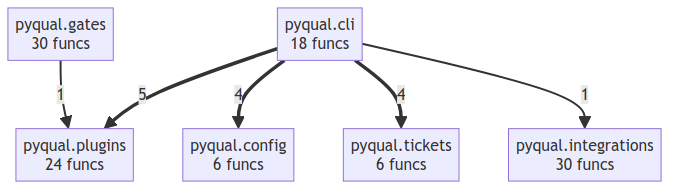
The Mermaid diagram project/compact_flow.png in semcod/pyqual, before a commit. Its source is kept beside it as project/compact_flow.mmd.
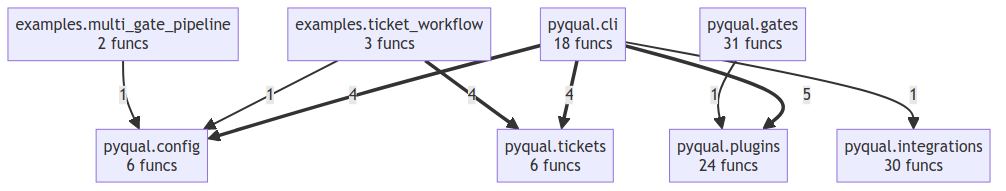
Above is the later version.

The edit, as a diff of the source:
```diff
@@ -1,12 +1,17 @@
 flowchart TD
+    examples__multi_gate_pipeline["examples.multi_gate_pipeline<br/>2 funcs"]
+    examples__ticket_workflow["examples.ticket_workflow<br/>3 funcs"]
     pyqual__cli["pyqual.cli<br/>18 funcs"]
     pyqual__config["pyqual.config<br/>6 funcs"]
-    pyqual__gates["pyqual.gates<br/>30 funcs"]
+    pyqual__gates["pyqual.gates<br/>31 funcs"]
     pyqual__integrations["pyqual.integrations<br/>30 funcs"]
     pyqual__plugins["pyqual.plugins<br/>24 funcs"]
     pyqual__tickets["pyqual.tickets<br/>6 funcs"]
     pyqual__cli ==>|5| pyqual__plugins
     pyqual__cli ==>|4| pyqual__config
     pyqual__cli ==>|4| pyqual__tickets
+    examples__ticket_workflow ==>|4| pyqual__tickets
     pyqual__cli -->|1| pyqual__integrations
     pyqual__gates -->|1| pyqual__plugins
+    examples__ticket_workflow -->|1| pyqual__config
+    examples__multi_gate_pipeline -->|1| pyqual__config
```
